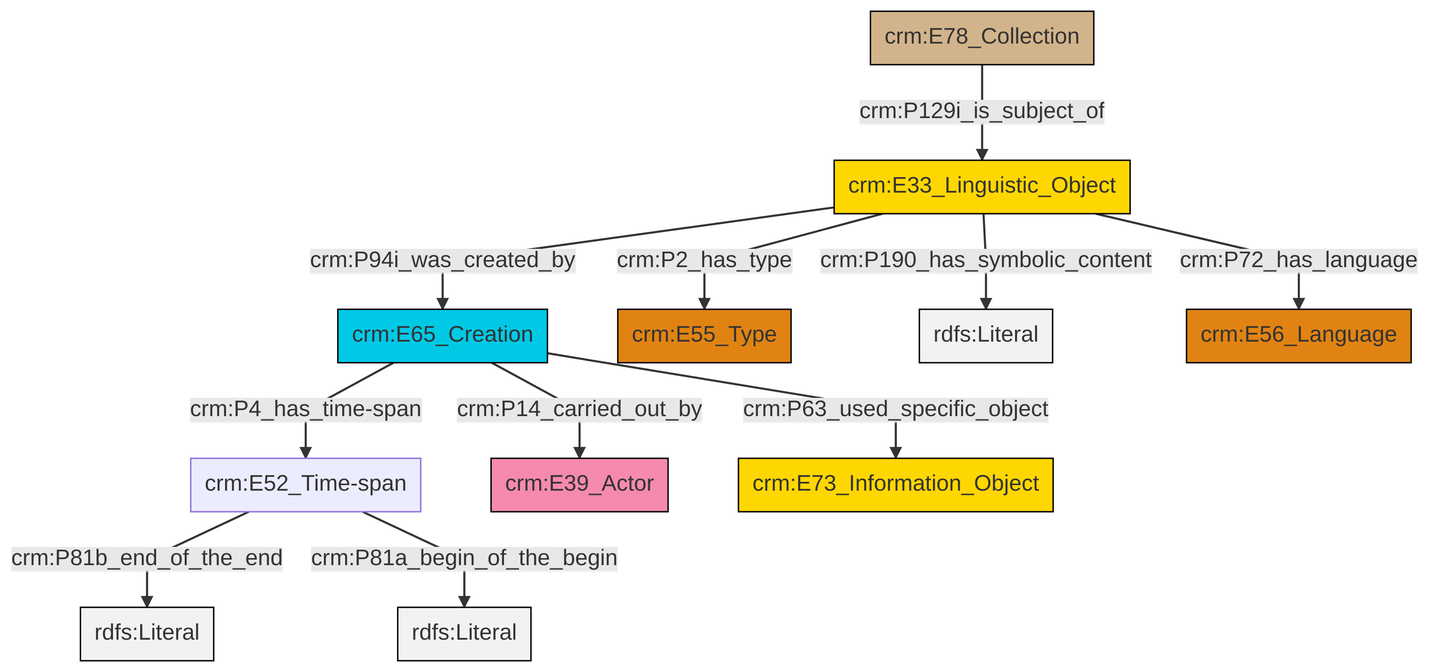
Above: et/archivalCSV/ttl/mmd/png/archival_desc.png in swiss-art-research-net/docs.swissartresearch (Mermaid), before the change. Its source is kept beside it as et/archivalCSV/ttl/mmd/archival_desc.ttl.mmd.
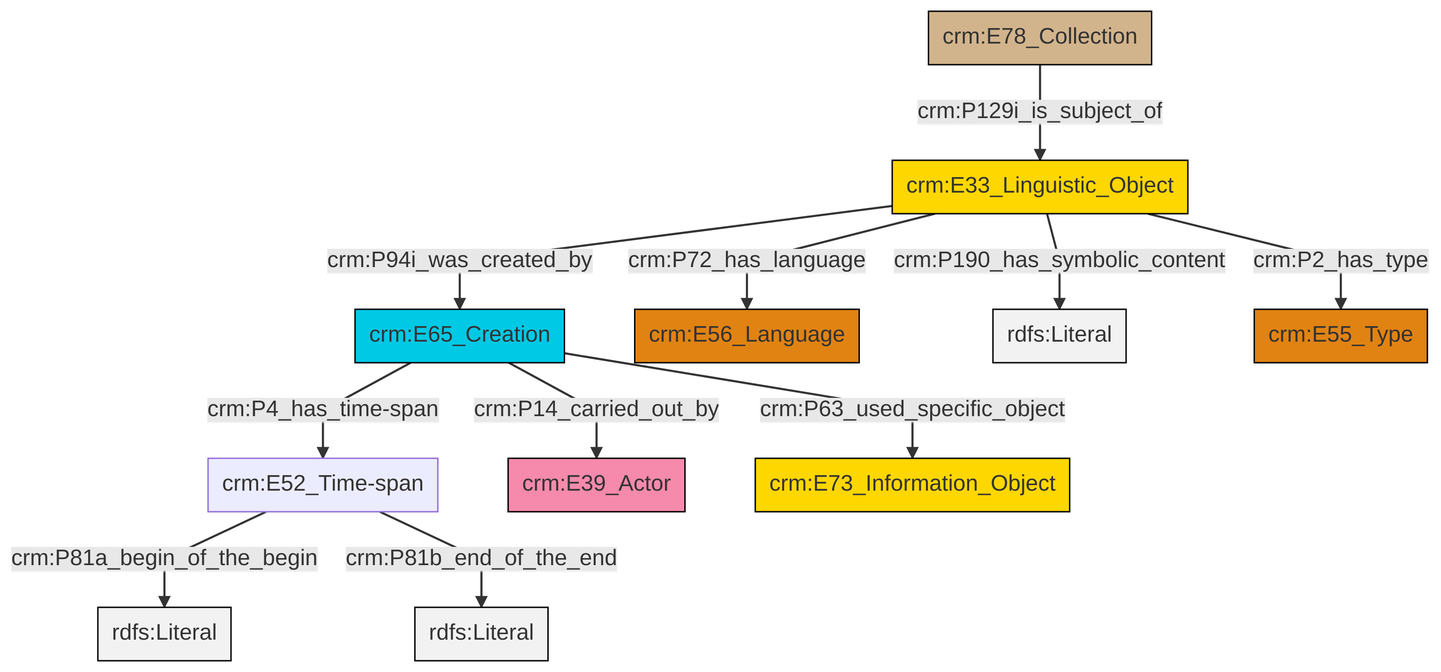
Later version of the same file.

The edit, as a diff of the source:
```diff
@@ -13,13 +13,13 @@
 classDef PC_Classes fill:#4ce600, stroke:#000000;
 classDef Multi fill:#cccccc,stroke:#000000;
 
-0["crm:E52_Time-span"]:::Default -->|crm:P81b_end_of_the_end| 1[rdfs:Literal]:::Literal
-2["crm:E33_Linguistic_Object"]:::Conceptual_Object -->|crm:P94i_was_created_by| 3["crm:E65_Creation"]:::Temporal_Entity
-4["crm:E78_Collection"]:::Physical_Thing -->|crm:P129i_is_subject_of| 2["crm:E33_Linguistic_Object"]:::Conceptual_Object
-3["crm:E65_Creation"]:::Temporal_Entity -->|crm:P4_has_time-span| 0["crm:E52_Time-span"]:::Default
-0["crm:E52_Time-span"]:::Default -->|crm:P81a_begin_of_the_begin| 5[rdfs:Literal]:::Literal
-3["crm:E65_Creation"]:::Temporal_Entity -->|crm:P14_carried_out_by| 8["crm:E39_Actor"]:::Actor
-3["crm:E65_Creation"]:::Temporal_Entity -->|crm:P63_used_specific_object| 11["crm:E73_Information_Object"]:::Conceptual_Object
-2["crm:E33_Linguistic_Object"]:::Conceptual_Object -->|crm:P190_has_symbolic_content| 13[rdfs:Literal]:::Literal
-2["crm:E33_Linguistic_Object"]:::Conceptual_Object -->|crm:P72_has_language| 15["crm:E56_Language"]:::Type
-2["crm:E33_Linguistic_Object"]:::Conceptual_Object -->|crm:P2_has_type| 6["crm:E55_Type"]:::Type
+0["crm:E78_Collection"]:::Physical_Thing -->|crm:P129i_is_subject_of| 1["crm:E33_Linguistic_Object"]:::Conceptual_Object
+1["crm:E33_Linguistic_Object"]:::Conceptual_Object -->|crm:P94i_was_created_by| 2["crm:E65_Creation"]:::Temporal_Entity
+1["crm:E33_Linguistic_Object"]:::Conceptual_Object -->|crm:P72_has_language| 5["crm:E56_Language"]:::Type
+6["crm:E52_Time-span"]:::Default -->|crm:P81a_begin_of_the_begin| 7[rdfs:Literal]:::Literal
+2["crm:E65_Creation"]:::Temporal_Entity -->|crm:P63_used_specific_object| 10["crm:E73_Information_Object"]:::Conceptual_Object
+1["crm:E33_Linguistic_Object"]:::Conceptual_Object -->|crm:P190_has_symbolic_content| 11[rdfs:Literal]:::Literal
+1["crm:E33_Linguistic_Object"]:::Conceptual_Object -->|crm:P2_has_type| 13["crm:E55_Type"]:::Type
+6["crm:E52_Time-span"]:::Default -->|crm:P81b_end_of_the_end| 14[rdfs:Literal]:::Literal
+2["crm:E65_Creation"]:::Temporal_Entity -->|crm:P14_carried_out_by| 8["crm:E39_Actor"]:::Actor
+2["crm:E65_Creation"]:::Temporal_Entity -->|crm:P4_has_time-span| 6["crm:E52_Time-span"]:::Default
```
